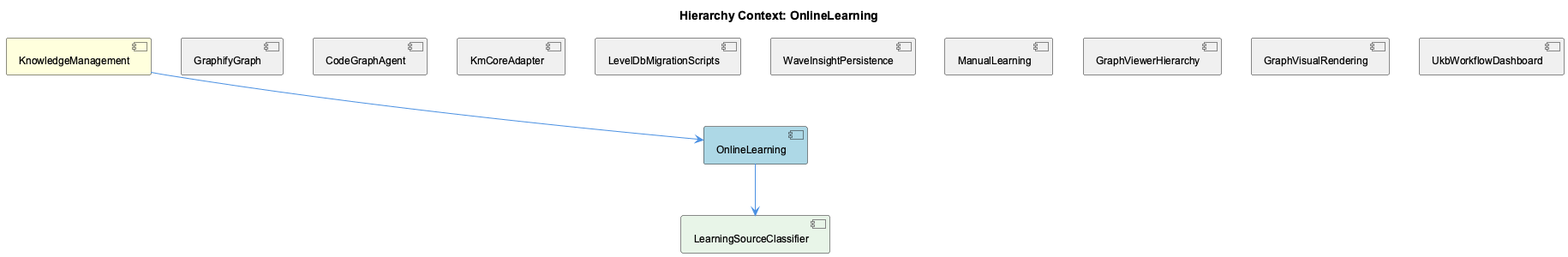
The PlantUML diagram knowledge-management/insights/images/online-learning-relationship.png in fwornle/coding, before a commit.
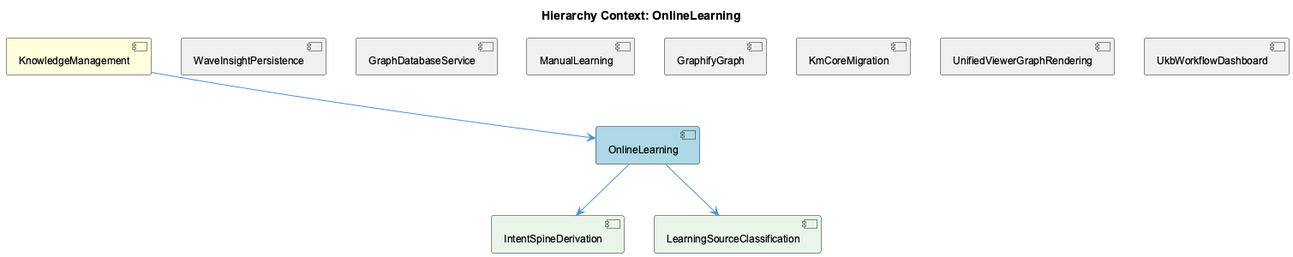
Later version of the same file.

What changed in the source:
```diff
@@ -5,27 +5,25 @@
 
 [KnowledgeManagement] as knowledge_management #FFFFDD
 [OnlineLearning] as online_learning #LightBlue
+[WaveInsightPersistence] as wave_insight_persistence #F0F0F0
+[GraphDatabaseService] as graph_database_service #F0F0F0
+[ManualLearning] as manual_learning #F0F0F0
 [GraphifyGraph] as graphify_graph #F0F0F0
-[CodeGraphAgent] as code_graph_agent #F0F0F0
-[KmCoreAdapter] as km_core_adapter #F0F0F0
-[LevelDbMigrationScripts] as level_db_migration_scripts #F0F0F0
-[WaveInsightPersistence] as wave_insight_persistence #F0F0F0
-[ManualLearning] as manual_learning #F0F0F0
-[GraphViewerHierarchy] as graph_viewer_hierarchy #F0F0F0
-[GraphVisualRendering] as graph_visual_rendering #F0F0F0
+[KmCoreMigration] as km_core_migration #F0F0F0
+[UnifiedViewerGraphRendering] as unified_viewer_graph_rendering #F0F0F0
 [UkbWorkflowDashboard] as ukb_workflow_dashboard #F0F0F0
-[LearningSourceClassifier] as learning_source_classifier #E8F5E8
+[IntentSpineDerivation] as intent_spine_derivation #E8F5E8
+[LearningSourceClassification] as learning_source_classification #E8F5E8
 
 knowledge_management --> online_learning
+wave_insight_persistence -[hidden]- online_learning
+graph_database_service -[hidden]- online_learning
+manual_learning -[hidden]- online_learning
 graphify_graph -[hidden]- online_learning
-code_graph_agent -[hidden]- online_learning
-km_core_adapter -[hidden]- online_learning
-level_db_migration_scripts -[hidden]- online_learning
-wave_insight_persistence -[hidden]- online_learning
-manual_learning -[hidden]- online_learning
-graph_viewer_hierarchy -[hidden]- online_learning
-graph_visual_rendering -[hidden]- online_learning
+km_core_migration -[hidden]- online_learning
+unified_viewer_graph_rendering -[hidden]- online_learning
 ukb_workflow_dashboard -[hidden]- online_learning
-online_learning --> learning_source_classifier
+online_learning --> intent_spine_derivation
+online_learning --> learning_source_classification
 
 @enduml
```
